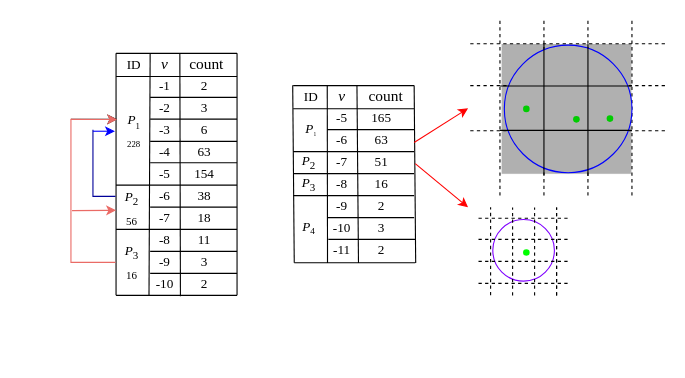
Before: a.drawio in lichunhong-learn/graph, a draw.io diagram. Source tidied: cells renumbered, new cells numbered last; positions are measured from the earlier drawing's top-left corner, leaving out a move shared by most shapes. Both pictures are drawn from the tidied source at 110%, with x=0, y=0 at pixel (26, 19).
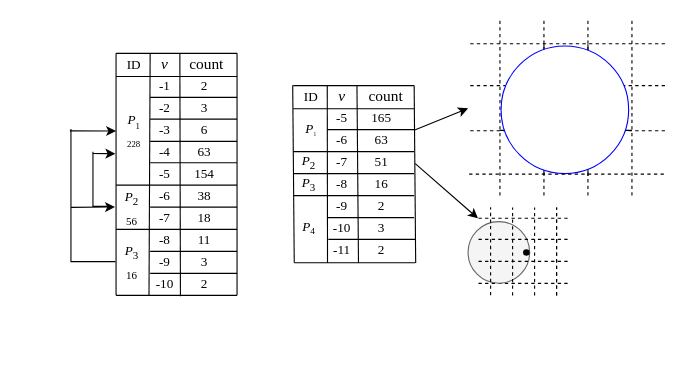
After the change.

Unchanged cells that the change refers to:
```xml
<mxCell id="13" value="&lt;font face=&quot;Times New Roman&quot;&gt;&lt;span style=&quot;font-size: 12px&quot;&gt;&lt;i&gt;P&lt;/i&gt;&lt;/span&gt;&lt;sub&gt;&lt;font style=&quot;font-size: 8px&quot;&gt;1&lt;br&gt;228&lt;br&gt;&lt;/font&gt;&lt;/sub&gt;&lt;/font&gt;" style="text;html=1;align=center;verticalAlign=middle;points=[];strokeColor=none;" parent="1" vertex="1">
  <mxGeometry x="82" y="82" width="30" height="40" as="geometry" />
</mxCell>
```

The edit, as a diff of the source:
```diff
@@
-    <mxCell id="2" style="whiteSpace=wrap;html=1;shadow=0;strokeColor=#FFFFFF;fillColor=#B0B0B0;" parent="1" vertex="1">
-      <mxGeometry x="431" y="22" width="119" height="119" as="geometry" />
+    <mxCell id="2" style="whiteSpace=wrap;html=1;shadow=0;strokeColor=#FFFFFF;fillColor=#FFFFFF;" parent="1" vertex="1">
+      <mxGeometry x="510" y="21" width="40.3" height="40.3" as="geometry" />
     </mxCell>
@@
-    <mxCell id="79" style="endArrow=classic;html=1;fillColor=#FF0000;strokeColor=#FF0000;" parent="1" edge="1">
+    <mxCell id="79" style="endArrow=classic;html=1;" parent="1" edge="1">
       <mxGeometry relative="1" as="geometry">
-        <mxPoint x="352" y="112" as="sourcePoint" />
+        <mxPoint x="352" y="101" as="sourcePoint" />
         <mxPoint x="401" y="81" as="targetPoint" />
       </mxGeometry>
     </mxCell>
-    <mxCell id="80" style="endArrow=classic;html=1;strokeColor=#FF0000;" parent="1" edge="1">
+    <mxCell id="80" style="endArrow=classic;html=1;" parent="1" edge="1">
       <mxGeometry relative="1" as="geometry">
         <mxPoint x="353" y="131.3" as="sourcePoint" />
-        <mxPoint x="401" y="171" as="targetPoint" />
+        <mxPoint x="410" y="181" as="targetPoint" />
       </mxGeometry>
     </mxCell>
@@
-    <mxCell id="83" style="endArrow=none;dashed=1;html=1;" parent="1" edge="1">
-      <mxGeometry relative="1" as="geometry">
-        <mxPoint x="421.5" y="251" as="sourcePoint" />
-        <mxPoint x="421.5" y="171" as="targetPoint" />
-      </mxGeometry>
-    </mxCell>
@@
-    <mxCell id="85" style="ellipse;whiteSpace=wrap;html=1;shadow=0;fillColor=#FFFFFF;strokeColor=#7F00FF;" parent="1" vertex="1">
-      <mxGeometry x="423.5" y="182.1" width="56" height="56" as="geometry" />
+    <mxCell id="85" style="ellipse;whiteSpace=wrap;html=1;shadow=0;fillColor=#f5f5f5;strokeColor=#666666;fontColor=#333333;" parent="1" vertex="1">
+      <mxGeometry x="401" y="184" width="56" height="56" as="geometry" />
     </mxCell>
@@
-    <mxCell id="97" style="ellipse;whiteSpace=wrap;html=1;shadow=0;strokeColor=#0000FF;fillColor=#B0B0B0;" parent="1" vertex="1">
-      <mxGeometry x="434" y="23.5" width="116" height="116" as="geometry" />
-    </mxCell>
-    <mxCell id="98" style="endArrow=none;html=1;shadow=0;" parent="1" edge="1">
-      <mxGeometry relative="1" as="geometry">
-        <mxPoint x="430" y="60.7" as="sourcePoint" />
-        <mxPoint x="550" y="60.7" as="targetPoint" />
-      </mxGeometry>
-    </mxCell>
@@
-    <mxCell id="102" style="endArrow=classic;html=1;shadow=0;strokeColor=#FFFFFF;" parent="1" edge="1">
-      <mxGeometry relative="1" as="geometry">
-        <mxPoint y="266" as="sourcePoint" />
-        <mxPoint x="50" y="216" as="targetPoint" />
-      </mxGeometry>
-    </mxCell>
-    <mxCell id="103" style="endArrow=classic;html=1;shadow=0;strokeColor=#FFFFFF;" parent="1" edge="1">
+    <mxCell id="103" style="endArrow=classic;html=1;shadow=0;entryX=-0.054;entryY=1.006;entryDx=0;entryDy=0;entryPerimeter=0;" parent="1" edge="1" target="13">
       <mxGeometry relative="1" as="geometry">
-        <mxPoint x="230" y="301" as="sourcePoint" />
-        <mxPoint x="280" y="251" as="targetPoint" />
+        <mxPoint x="60" y="122" as="sourcePoint" />
       </mxGeometry>
     </mxCell>
-    <mxCell id="104" style="endArrow=classic;html=1;shadow=0;strokeColor=#000000;exitX=0;exitY=1;exitDx=0;exitDy=0;" parent="1" edge="1" source="105">
-      <mxGeometry relative="1" as="geometry">
-        <mxPoint x="82" y="91" as="targetPoint" />
-        <Array as="points">
-          <mxPoint x="82" y="91" />
-        </Array>
-      </mxGeometry>
-    </mxCell>
-    <mxCell id="105" style="shape=partialRectangle;whiteSpace=wrap;html=1;top=0;left=0;fillColor=none;shadow=0;strokeColor=#EA6B66;direction=south;" parent="1" vertex="1">
-      <mxGeometry x="40" y="91" width="40" height="130" as="geometry" />
+    <mxCell id="105" style="shape=partialRectangle;whiteSpace=wrap;html=1;top=0;left=0;fillColor=none;shadow=0;direction=south;" parent="1" vertex="1">
+      <mxGeometry x="40" y="100.3" width="40" height="120" as="geometry" />
     </mxCell>
-    <mxCell id="106" style="shape=partialRectangle;whiteSpace=wrap;html=1;top=0;left=0;fillColor=none;shadow=0;strokeColor=#000099;direction=south;" parent="1" vertex="1">
-      <mxGeometry x="60" y="101" width="20" height="60" as="geometry" />
-    </mxCell>
-    <mxCell id="107" style="endArrow=classic;html=1;shadow=0;strokeColor=#EA6B66;" parent="1" edge="1">
+    <mxCell id="107" style="endArrow=classic;html=1;shadow=0;" parent="1" edge="1">
       <mxGeometry relative="1" as="geometry">
-        <mxPoint x="41" y="174" as="sourcePoint" />
-        <mxPoint x="81" y="173.7" as="targetPoint" />
+        <mxPoint x="40" y="171" as="sourcePoint" />
+        <mxPoint x="80" y="170.7" as="targetPoint" />
       </mxGeometry>
     </mxCell>
-    <mxCell id="108" style="endArrow=classic;html=1;shadow=0;strokeColor=#EA6B66;" parent="1" edge="1">
+    <mxCell id="108" style="endArrow=classic;html=1;shadow=0;" parent="1" edge="1">
       <mxGeometry relative="1" as="geometry">
-        <mxPoint x="40" y="91" as="sourcePoint" />
-        <mxPoint x="82" y="91.1" as="targetPoint" />
+        <mxPoint x="39" y="101.5" as="sourcePoint" />
+        <mxPoint x="81" y="101.6" as="targetPoint" />
       </mxGeometry>
     </mxCell>
-    <mxCell id="109" style="endArrow=classic;html=1;shadow=0;strokeColor=#0000FF;fillColor=#0000CC;" parent="1" edge="1">
-      <mxGeometry relative="1" as="geometry">
-        <mxPoint x="60" y="101.8" as="sourcePoint" />
-        <mxPoint x="80" y="101.8" as="targetPoint" />
-      </mxGeometry>
-    </mxCell>
@@
-    <mxCell id="111" style="shape=waypoint;sketch=0;fillStyle=solid;size=6;fillColor=none;perimeter=centerPerimeter;strokeColor=#00CC00;" parent="1" vertex="1">
+    <mxCell id="111" style="shape=waypoint;sketch=0;fillStyle=solid;size=6;fillColor=none;perimeter=centerPerimeter;" parent="1" vertex="1">
       <mxGeometry x="479.5" y="71" width="40" height="40" as="geometry" />
     </mxCell>
-    <mxCell id="112" style="shape=waypoint;sketch=0;fillStyle=solid;size=6;fillColor=none;perimeter=centerPerimeter;strokeColor=#00FF00;" parent="1" vertex="1">
+    <mxCell id="112" style="shape=waypoint;sketch=0;fillStyle=solid;size=6;fillColor=none;perimeter=centerPerimeter;" parent="1" vertex="1">
       <mxGeometry x="434" y="192" width="40" height="40" as="geometry" />
     </mxCell>
-    <mxCell id="113" style="shape=waypoint;sketch=0;fillStyle=solid;size=6;fillColor=none;perimeter=centerPerimeter;strokeColor=#00CC00;" parent="1" vertex="1">
+    <mxCell id="113" style="shape=waypoint;sketch=0;fillStyle=solid;size=6;fillColor=none;perimeter=centerPerimeter;" parent="1" vertex="1">
       <mxGeometry x="510" y="70.3" width="40" height="40" as="geometry" />
     </mxCell>
-    <mxCell id="114" style="shape=waypoint;sketch=0;fillStyle=solid;size=6;fillColor=none;perimeter=centerPerimeter;strokeColor=#00CC00;" parent="1" vertex="1">
+    <mxCell id="114" style="shape=waypoint;sketch=0;fillStyle=solid;size=6;fillColor=none;perimeter=centerPerimeter;" parent="1" vertex="1">
       <mxGeometry x="434" y="61.5" width="40" height="40" as="geometry" />
     </mxCell>
+    <mxCell id="115" style="shape=partialRectangle;whiteSpace=wrap;html=1;top=0;left=0;fillColor=none;shadow=0;direction=south;" parent="1" vertex="1">
+      <mxGeometry x="60" y="121" width="15" height="49.1" as="geometry" />
+    </mxCell>
+    <mxCell id="97" style="ellipse;whiteSpace=wrap;html=1;shadow=0;strokeColor=#0000FF;fillColor=#FFFFFF;" parent="1" vertex="1">
+      <mxGeometry x="431" y="24.3" width="116" height="116" as="geometry" />
+    </mxCell>
+    <mxCell id="116" style="endArrow=none;dashed=1;html=1;" parent="1" edge="1">
+      <mxGeometry relative="1" as="geometry">
+        <mxPoint x="579" y="140.8" as="sourcePoint" />
+        <mxPoint x="399" y="140.8" as="targetPoint" />
+      </mxGeometry>
+    </mxCell>
+    <mxCell id="83" style="endArrow=none;dashed=1;html=1;" parent="1" edge="1">
+      <mxGeometry relative="1" as="geometry">
+        <mxPoint x="421.5" y="251" as="sourcePoint" />
+        <mxPoint x="421.5" y="171" as="targetPoint" />
+      </mxGeometry>
+    </mxCell>
```
